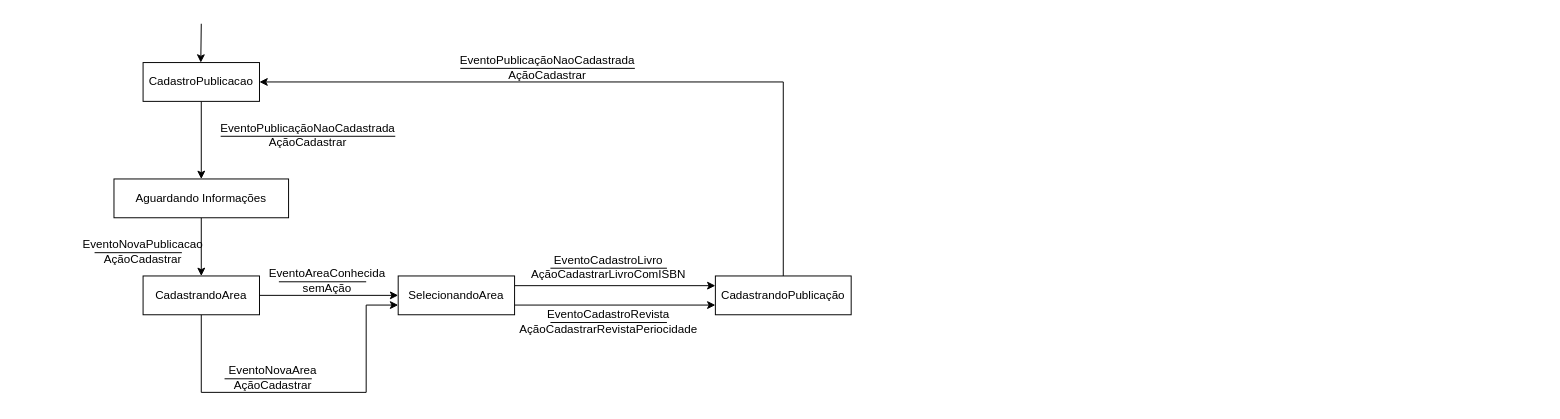
Before: Facul/DTE_PDS.drawio in HansRafael/projects, a draw.io diagram. Source tidied: cells renumbered, new cells numbered last; positions are measured from the earlier drawing's top-left corner, leaving out a move shared by most shapes. Both pictures are drawn from the tidied source at 97%, with x=0, y=0 at pixel (16, 23).
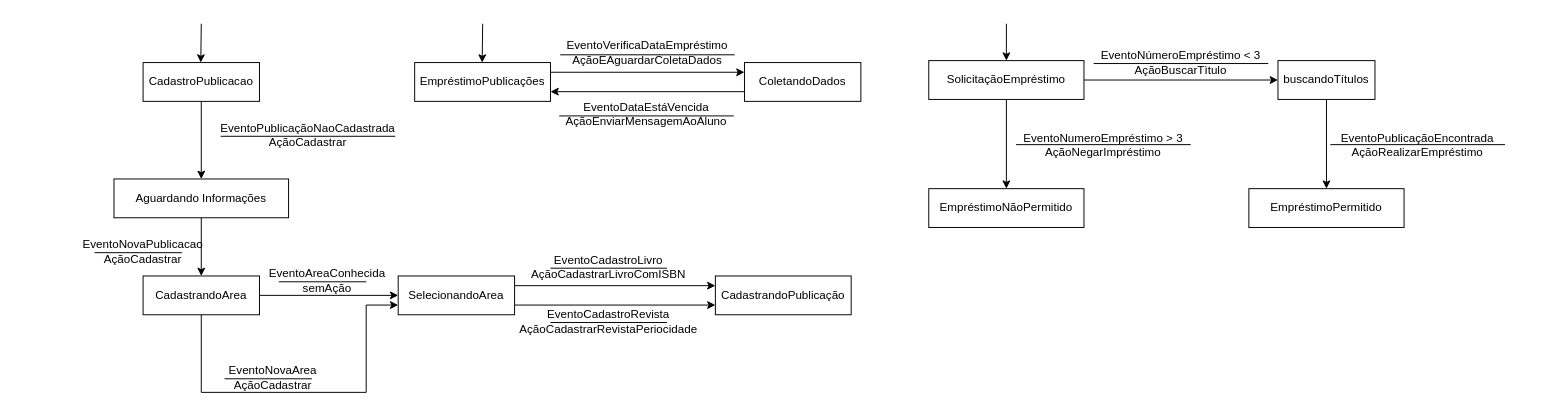
After the change.

The change refers to these unchanged cells:
```xml
<mxCell id="3" value="CadastroPublicacao" style="rounded=0;whiteSpace=wrap;html=1;" parent="1" vertex="1">
  <mxGeometry x="130" y="40" width="120" height="40" as="geometry" />
</mxCell>
<mxCell id="17" value="CadastrandoPublicação" style="rounded=0;whiteSpace=wrap;html=1;" parent="1" vertex="1">
  <mxGeometry x="720" y="260" width="140" height="40" as="geometry" />
</mxCell>
```

Diff of the diagram source:
```diff
@@
-    <mxCell id="16" style="edgeStyle=orthogonalEdgeStyle;rounded=0;jettySize=auto;html=1;exitX=0.5;exitY=0;exitDx=0;exitDy=0;entryX=1;entryY=0.5;entryDx=0;entryDy=0;shadow=0;strokeColor=#000000;strokeWidth=1;" parent="1" edge="1" source="17" target="3">
-      <mxGeometry relative="1" as="geometry" />
-    </mxCell>
@@
-    <mxCell id="27" value="EventoPublicaçãoNaoCadastrada&lt;br&gt;AçãoCadastrar" style="text;html=1;strokeColor=none;fillColor=none;align=center;verticalAlign=middle;whiteSpace=wrap;rounded=0;" parent="1" vertex="1">
-      <mxGeometry x="417" y="20" width="260" height="50" as="geometry" />
-    </mxCell>
-    <mxCell id="28" style="endArrow=none;html=1;rounded=0;entryX=0.846;entryY=1;entryDx=0;entryDy=0;entryPerimeter=0;" parent="1" edge="1">
-      <mxGeometry relative="1" as="geometry">
-        <mxPoint x="457" y="46" as="sourcePoint" />
-        <mxPoint x="637" y="46" as="targetPoint" />
-      </mxGeometry>
-    </mxCell>
+    <mxCell id="29" style="edgeStyle=orthogonalEdgeStyle;rounded=0;jettySize=auto;html=1;exitX=1;exitY=0.25;exitDx=0;exitDy=0;entryX=0;entryY=0.25;entryDx=0;entryDy=0;shadow=0;strokeColor=#000000;strokeWidth=1;" parent="1" edge="1" source="30" target="32">
+      <mxGeometry relative="1" as="geometry" />
+    </mxCell>
+    <mxCell id="30" value="EmpréstimoPublicações" style="rounded=0;whiteSpace=wrap;html=1;" parent="1" vertex="1">
+      <mxGeometry x="410" y="40" width="140" height="40" as="geometry" />
+    </mxCell>
+    <mxCell id="31" style="edgeStyle=orthogonalEdgeStyle;rounded=0;jettySize=auto;html=1;exitX=0;exitY=0.75;exitDx=0;exitDy=0;entryX=1;entryY=0.75;entryDx=0;entryDy=0;shadow=0;strokeColor=#000000;strokeWidth=1;" parent="1" edge="1" source="32" target="30">
+      <mxGeometry relative="1" as="geometry" />
+    </mxCell>
+    <mxCell id="32" value="ColetandoDados" style="rounded=0;whiteSpace=wrap;html=1;" parent="1" vertex="1">
+      <mxGeometry x="750" y="40" width="120" height="40" as="geometry" />
+    </mxCell>
+    <mxCell id="33" value="EventoVerificaDataEmpréstimo&lt;br&gt;AçãoEAguardarColetaDados" style="text;html=1;strokeColor=none;fillColor=none;align=center;verticalAlign=middle;whiteSpace=wrap;rounded=0;" parent="1" vertex="1">
+      <mxGeometry x="540" y="15" width="220" height="30" as="geometry" />
+    </mxCell>
+    <mxCell id="34" style="endArrow=none;html=1;rounded=0;shadow=0;strokeColor=#000000;strokeWidth=1;" parent="1" edge="1">
+      <mxGeometry relative="1" as="geometry">
+        <mxPoint x="740" y="32" as="sourcePoint" />
+        <mxPoint x="560" y="32" as="targetPoint" />
+      </mxGeometry>
+    </mxCell>
+    <mxCell id="35" value="EventoDataEstáVencida&lt;br&gt;AçãoEnviarMensagemAoAluno" style="text;html=1;strokeColor=none;fillColor=none;align=center;verticalAlign=middle;whiteSpace=wrap;rounded=0;" parent="1" vertex="1">
+      <mxGeometry x="539" y="78" width="220" height="30" as="geometry" />
+    </mxCell>
+    <mxCell id="36" style="endArrow=none;html=1;rounded=0;shadow=0;strokeColor=#000000;strokeWidth=1;" parent="1" edge="1">
+      <mxGeometry relative="1" as="geometry">
+        <mxPoint x="739" y="95" as="sourcePoint" />
+        <mxPoint x="559" y="95" as="targetPoint" />
+      </mxGeometry>
+    </mxCell>
+    <mxCell id="37" style="endArrow=classic;html=1;rounded=0;" parent="1" edge="1">
+      <mxGeometry relative="1" as="geometry">
+        <mxPoint x="480.1" as="sourcePoint" />
+        <mxPoint x="479.6" y="40" as="targetPoint" />
+      </mxGeometry>
+    </mxCell>
+    <mxCell id="38" style="edgeStyle=orthogonalEdgeStyle;rounded=0;jettySize=auto;html=1;exitX=1;exitY=0.5;exitDx=0;exitDy=0;shadow=0;strokeColor=#000000;strokeWidth=1;entryX=0;entryY=0.5;entryDx=0;entryDy=0;" parent="1" edge="1" source="40" target="44">
+      <mxGeometry relative="1" as="geometry" />
+    </mxCell>
+    <mxCell id="39" style="edgeStyle=orthogonalEdgeStyle;rounded=0;jettySize=auto;html=1;shadow=0;strokeColor=#000000;strokeWidth=1;" parent="1" edge="1" source="40" target="45">
+      <mxGeometry relative="1" as="geometry" />
+    </mxCell>
+    <mxCell id="40" value="SolicitaçãoEmpréstimo" style="rounded=0;whiteSpace=wrap;html=1;" parent="1" vertex="1">
+      <mxGeometry x="940" y="38" width="160" height="40" as="geometry" />
+    </mxCell>
+    <mxCell id="41" value="EventoNúmeroEmpréstimo &amp;lt; 3&lt;br&gt;AçãoBuscarTìtulo" style="text;html=1;strokeColor=none;fillColor=none;align=center;verticalAlign=middle;whiteSpace=wrap;rounded=0;" parent="1" vertex="1">
+      <mxGeometry x="1070" y="15" width="260" height="50" as="geometry" />
+    </mxCell>
+    <mxCell id="42" style="endArrow=none;html=1;rounded=0;entryX=0.846;entryY=1;entryDx=0;entryDy=0;entryPerimeter=0;" parent="1" edge="1">
+      <mxGeometry relative="1" as="geometry">
+        <mxPoint x="1110" y="41" as="sourcePoint" />
+        <mxPoint x="1290" y="41" as="targetPoint" />
+      </mxGeometry>
+    </mxCell>
+    <mxCell id="43" style="edgeStyle=orthogonalEdgeStyle;rounded=0;jettySize=auto;html=1;exitX=0.5;exitY=1;exitDx=0;exitDy=0;shadow=0;strokeColor=#000000;strokeWidth=1;entryX=0.5;entryY=0;entryDx=0;entryDy=0;" parent="1" edge="1" source="44" target="50">
+      <mxGeometry relative="1" as="geometry" />
+    </mxCell>
+    <mxCell id="44" value="buscandoTítulos" style="rounded=0;whiteSpace=wrap;html=1;" parent="1" vertex="1">
+      <mxGeometry x="1300" y="38" width="100" height="40" as="geometry" />
+    </mxCell>
+    <mxCell id="45" value="EmpréstimoNãoPermitido" style="rounded=0;whiteSpace=wrap;html=1;" parent="1" vertex="1">
+      <mxGeometry x="940" y="170" width="160" height="40" as="geometry" />
+    </mxCell>
+    <mxCell id="46" style="endArrow=none;html=1;rounded=0;entryX=0.846;entryY=1;entryDx=0;entryDy=0;entryPerimeter=0;" parent="1" edge="1">
+      <mxGeometry relative="1" as="geometry">
+        <mxPoint x="1030" y="124.6" as="sourcePoint" />
+        <mxPoint x="1210" y="124.6" as="targetPoint" />
+      </mxGeometry>
+    </mxCell>
+    <mxCell id="47" value="EventoNumeroEmpréstimo &amp;gt; 3&lt;br&gt;AçãoNegarImpréstimo" style="text;html=1;strokeColor=none;fillColor=none;align=center;verticalAlign=middle;whiteSpace=wrap;rounded=0;" parent="1" vertex="1">
+      <mxGeometry x="990" y="100" width="260" height="50" as="geometry" />
+    </mxCell>
+    <mxCell id="48" style="endArrow=none;html=1;rounded=0;entryX=0.846;entryY=1;entryDx=0;entryDy=0;entryPerimeter=0;" parent="1" edge="1">
+      <mxGeometry relative="1" as="geometry">
+        <mxPoint x="1354" y="124.6" as="sourcePoint" />
+        <mxPoint x="1534" y="124.6" as="targetPoint" />
+      </mxGeometry>
+    </mxCell>
+    <mxCell id="49" value="EventoPublicaçãoEncontrada&lt;br&gt;AçãoRealizarEmpréstimo" style="text;html=1;strokeColor=none;fillColor=none;align=center;verticalAlign=middle;whiteSpace=wrap;rounded=0;" parent="1" vertex="1">
+      <mxGeometry x="1314" y="100" width="260" height="50" as="geometry" />
+    </mxCell>
+    <mxCell id="50" value="EmpréstimoPermitido" style="rounded=0;whiteSpace=wrap;html=1;" parent="1" vertex="1">
+      <mxGeometry x="1270" y="170" width="160" height="40" as="geometry" />
+    </mxCell>
+    <mxCell id="51" style="endArrow=classic;html=1;rounded=0;shadow=0;strokeColor=#000000;strokeWidth=1;entryX=0.5;entryY=0;entryDx=0;entryDy=0;" parent="1" edge="1" target="40">
+      <mxGeometry relative="1" as="geometry">
+        <mxPoint x="1020" as="sourcePoint" />
+      </mxGeometry>
+    </mxCell>
```
